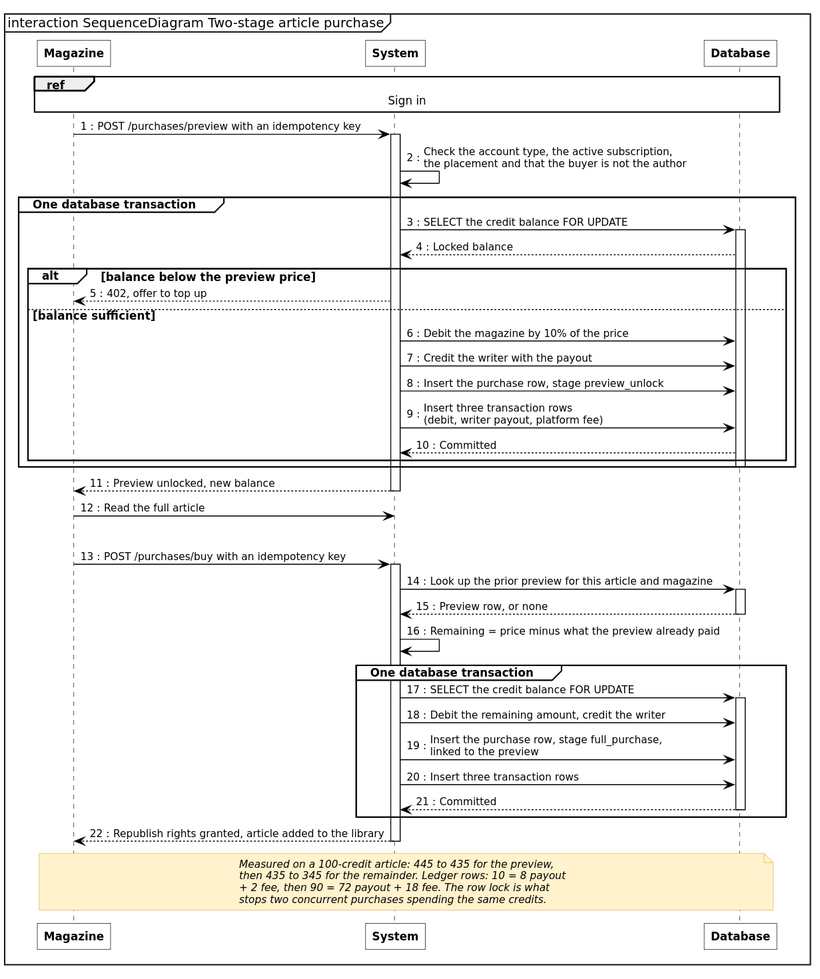
inkwell-dev/spec.inkwell.ai keeps this PlantUML diagram as diagrams/fig-6-3-sequence-two-stage-purchase/fig-6-3-sequence-two-stage-purchase.svg. Above is the earlier version.
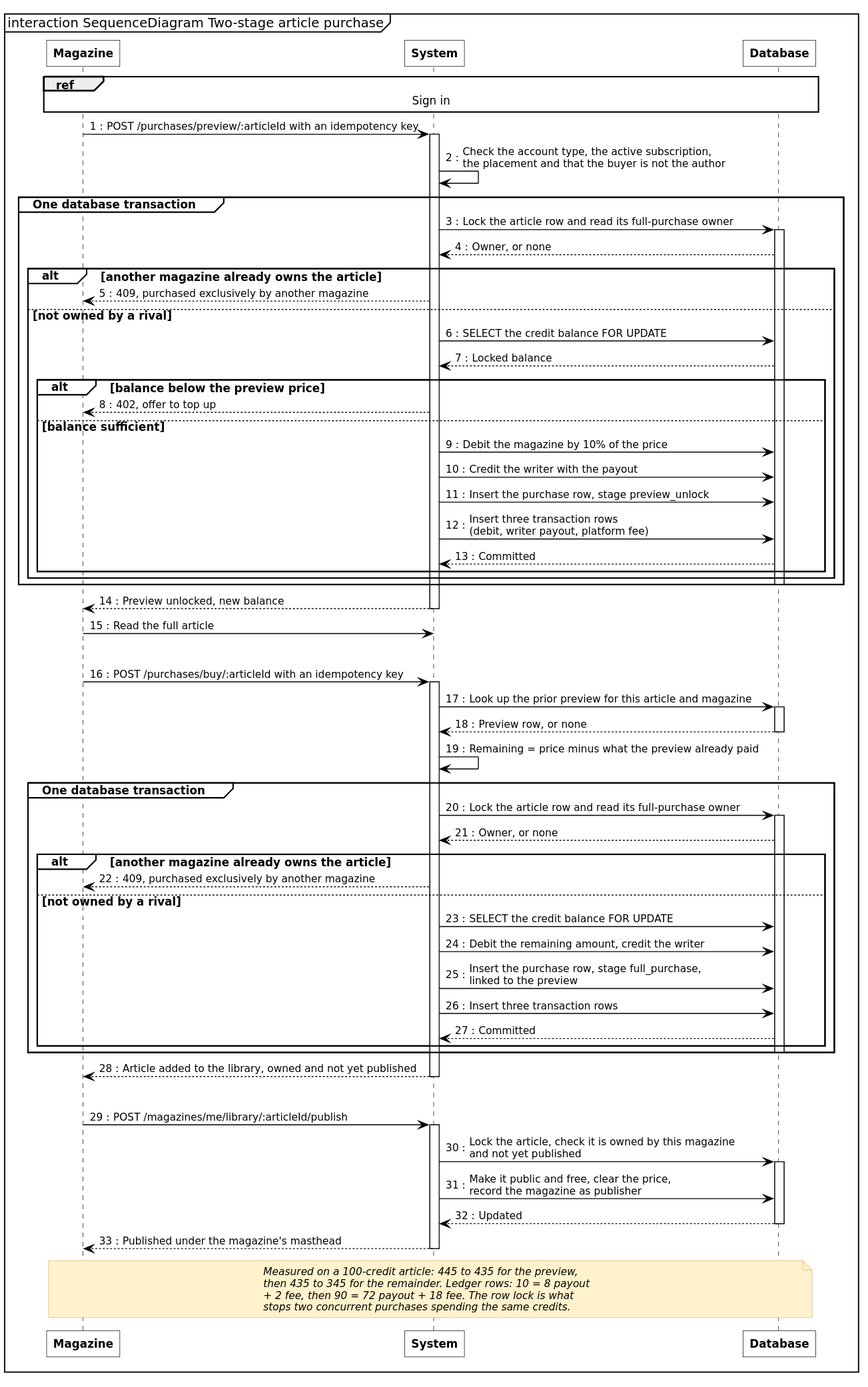
After the change.

Commit message:
docs(diagrams): fig-6-3 refuses a rival magazine, and the purchase stops at the library

Diff of the diagram source:
```diff
@@ -9,13 +9,18 @@
 
 ref over M, D : Sign in
 
-M -> A : POST /purchases/preview with an idempotency key
+M -> A : POST /purchases/preview/:articleId with an idempotency key
 activate A
 A -> A : Check the account type, the active subscription,\nthe placement and that the buyer is not the author
 
 group One database transaction
+  A -> D : Lock the article row and read its full-purchase owner
+  activate D
+  D --> A : Owner, or none
+  alt another magazine already owns the article
+    A --> M : 409, purchased exclusively by another magazine
+  else not owned by a rival
   A -> D : SELECT the credit balance FOR UPDATE
-  activate D
   D --> A : Locked balance
   alt balance below the preview price
     A --> M : 402, offer to top up
@@ -26,6 +31,7 @@
     A -> D : Insert three transaction rows\n(debit, writer payout, platform fee)
     D --> A : Committed
   end
+  end
   deactivate D
 end
 A --> M : Preview unlocked, new balance
@@ -34,7 +40,7 @@
 
 |||
 
-M -> A : POST /purchases/buy with an idempotency key
+M -> A : POST /purchases/buy/:articleId with an idempotency key
 activate A
 A -> D : Look up the prior preview for this article and magazine
 activate D
@@ -43,15 +49,33 @@
 A -> A : Remaining = price minus what the preview already paid
 
 group One database transaction
+  A -> D : Lock the article row and read its full-purchase owner
+  activate D
+  D --> A : Owner, or none
+  alt another magazine already owns the article
+    A --> M : 409, purchased exclusively by another magazine
+  else not owned by a rival
   A -> D : SELECT the credit balance FOR UPDATE
-  activate D
   A -> D : Debit the remaining amount, credit the writer
   A -> D : Insert the purchase row, stage full_purchase,\nlinked to the preview
   A -> D : Insert three transaction rows
   D --> A : Committed
+  end
   deactivate D
 end
-A --> M : Republish rights granted, article added to the library
+A --> M : Article added to the library, owned and not yet published
+deactivate A
+
+|||
+
+M -> A : POST /magazines/me/library/:articleId/publish
+activate A
+A -> D : Lock the article, check it is owned by this magazine\nand not yet published
+activate D
+A -> D : Make it public and free, clear the price,\nrecord the magazine as publisher
+D --> A : Updated
+deactivate D
+A --> M : Published under the magazine's masthead
 deactivate A
 
 note over M, D
```
